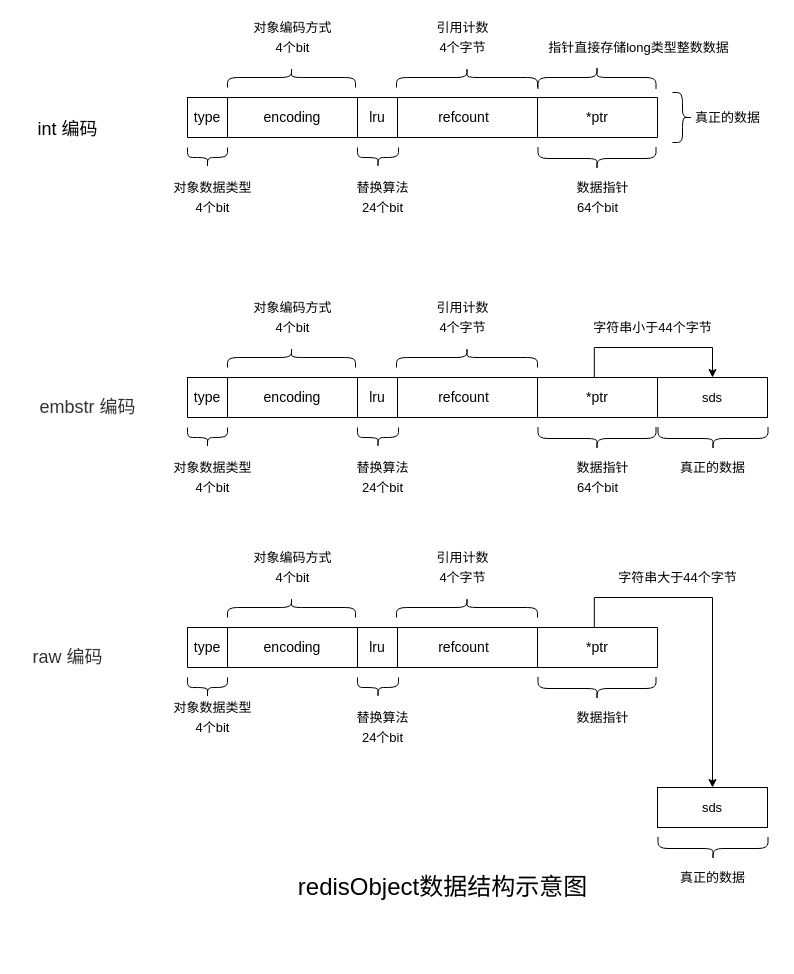
guitarock/my-pics keeps this draw.io diagram as drawio/redisObject数据结构.drawio. Above is the earlier version. Source tidied: cells renumbered, new cells numbered last; positions are measured from the earlier drawing's top-left corner, leaving out a move shared by most shapes. Both pictures are drawn from the tidied source at 100%, with x=0, y=0 at pixel (17, 17).
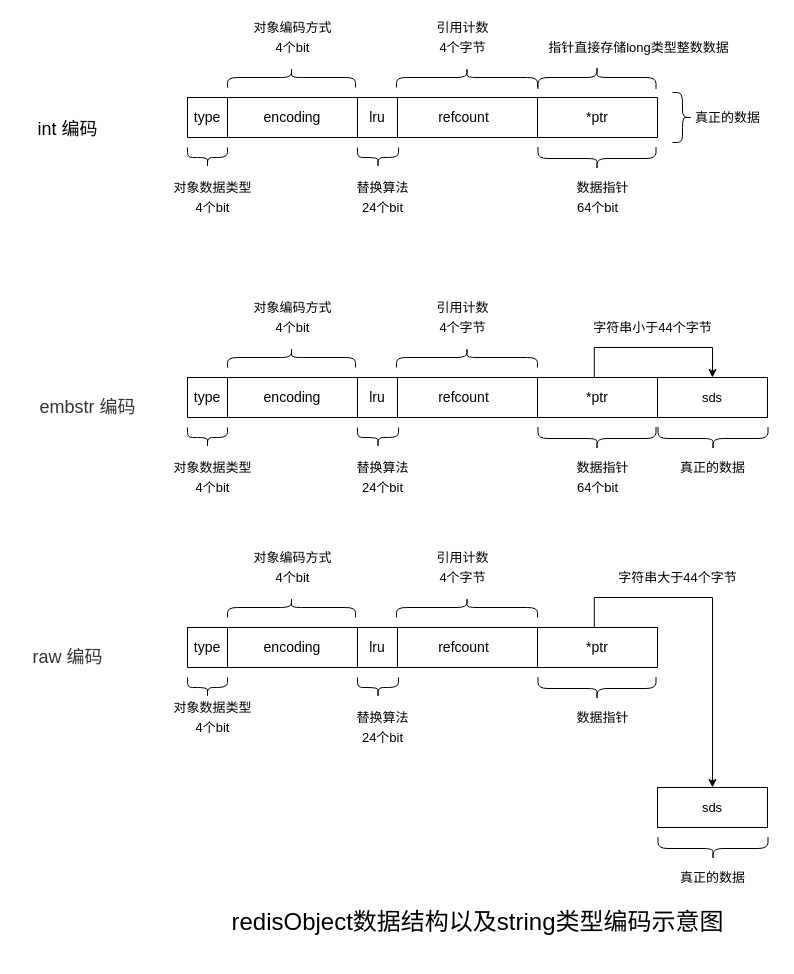
The same diagram, later.

Commit message:
redisObject数据结构以及string类型编码示意图.drawio

The edit, as a diff of the source:
```diff
@@
-    <mxCell id="71" value="&lt;span style=&quot;font-weight: normal&quot;&gt;redisObject数据结构示意图&lt;/span&gt;" style="text;strokeColor=none;fillColor=none;html=1;fontSize=24;fontStyle=1;verticalAlign=middle;align=center;" parent="1" vertex="1">
-      <mxGeometry x="250" y="840" width="350" height="60" as="geometry" />
+    <mxCell id="71" value="&lt;span style=&quot;font-weight: normal&quot;&gt;redisObject数据结构以及string类型编码示意图&lt;/span&gt;" style="text;strokeColor=none;fillColor=none;html=1;fontSize=24;fontStyle=1;verticalAlign=middle;align=center;" parent="1" vertex="1">
+      <mxGeometry x="190" y="870" width="540" height="70" as="geometry" />
     </mxCell>
```
